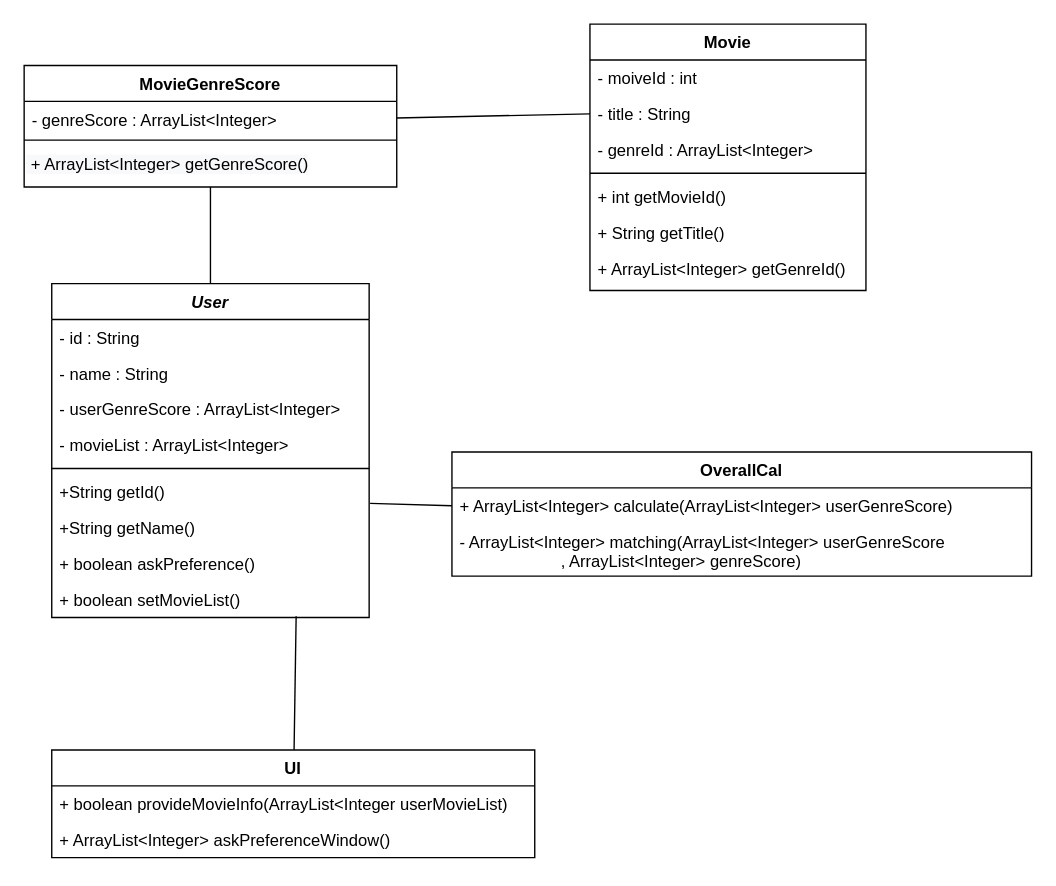
Before: documents/UML/classDiagram.drawio in SoftwareEngineering-Gotcha/MovieRecommendation, a draw.io diagram. Source tidied: cells renumbered, new cells numbered last; positions are measured from the earlier drawing's top-left corner, leaving out a move shared by most shapes. Both pictures are drawn from the tidied source at 138%, with x=0, y=0 at pixel (23, 23).
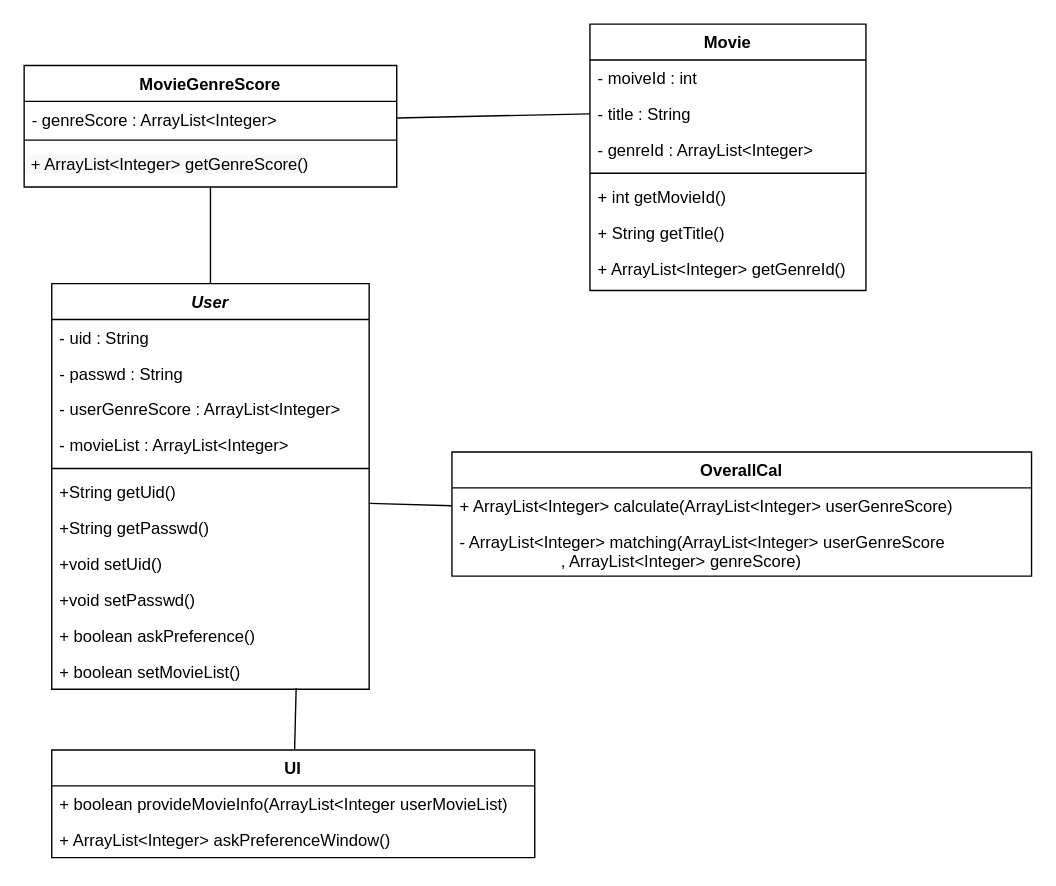
The same diagram, later.

The edit, as a diff of the source:
```diff
@@
     <mxCell id="2" value="User" style="swimlane;fontStyle=3;align=center;verticalAlign=top;horizontal=1;startSize=26;rounded=0;shadow=0;strokeWidth=1;" parent="1" vertex="1">
-      <mxGeometry x="20" y="188" width="230" height="242" as="geometry" />
+      <mxGeometry x="20" y="188" width="230" height="294" as="geometry" />
     </mxCell>
-    <mxCell id="3" value="- id : String" style="text;align=left;verticalAlign=top;spacingLeft=4;spacingRight=4;overflow=hidden;" parent="2" vertex="1">
+    <mxCell id="3" value="- uid : String" style="text;align=left;verticalAlign=top;spacingLeft=4;spacingRight=4;overflow=hidden;" parent="2" vertex="1">
       <mxGeometry y="26" width="230" height="26" as="geometry" />
     </mxCell>
-    <mxCell id="4" value="- name : String" style="text;align=left;verticalAlign=top;spacingLeft=4;spacingRight=4;overflow=hidden;rounded=0;shadow=0;html=0;" parent="2" vertex="1">
+    <mxCell id="4" value="- passwd : String" style="text;align=left;verticalAlign=top;spacingLeft=4;spacingRight=4;overflow=hidden;rounded=0;shadow=0;html=0;" parent="2" vertex="1">
       <mxGeometry y="52" width="230" height="26" as="geometry" />
     </mxCell>
@@
-    <mxCell id="8" value="+String getId()" style="text;align=left;verticalAlign=top;spacingLeft=4;spacingRight=4;overflow=hidden;points=[[0,0.5],[1,0.5]];portConstraint=eastwest;" parent="2" vertex="1">
+    <mxCell id="8" value="+String getUid()" style="text;align=left;verticalAlign=top;spacingLeft=4;spacingRight=4;overflow=hidden;points=[[0,0.5],[1,0.5]];portConstraint=eastwest;" parent="2" vertex="1">
       <mxGeometry y="138" width="230" height="26" as="geometry" />
     </mxCell>
-    <mxCell id="9" value="+String getName()" style="text;align=left;verticalAlign=top;spacingLeft=4;spacingRight=4;overflow=hidden;" parent="2" vertex="1">
+    <mxCell id="9" value="+String getPasswd()" style="text;align=left;verticalAlign=top;spacingLeft=4;spacingRight=4;overflow=hidden;" parent="2" vertex="1">
       <mxGeometry y="164" width="230" height="26" as="geometry" />
     </mxCell>
+    <mxCell id="34" value="+void setUid()" style="text;align=left;verticalAlign=top;spacingLeft=4;spacingRight=4;overflow=hidden;" parent="2" vertex="1">
+      <mxGeometry y="190" width="230" height="26" as="geometry" />
+    </mxCell>
+    <mxCell id="35" value="+void setPasswd()" style="text;align=left;verticalAlign=top;spacingLeft=4;spacingRight=4;overflow=hidden;" parent="2" vertex="1">
+      <mxGeometry y="216" width="230" height="26" as="geometry" />
+    </mxCell>
     <mxCell id="10" value="+ boolean askPreference()" style="text;align=left;verticalAlign=top;spacingLeft=4;spacingRight=4;overflow=hidden;" parent="2" vertex="1">
-      <mxGeometry y="190" width="230" height="26" as="geometry" />
+      <mxGeometry y="242" width="230" height="26" as="geometry" />
     </mxCell>
     <mxCell id="11" value="+ boolean setMovieList()" style="text;align=left;verticalAlign=top;spacingLeft=4;spacingRight=4;overflow=hidden;points=[[0,0.5],[1,0.5]];portConstraint=eastwest;" parent="2" vertex="1">
-      <mxGeometry y="216" width="230" height="26" as="geometry" />
+      <mxGeometry y="268" width="230" height="26" as="geometry" />
     </mxCell>
```
